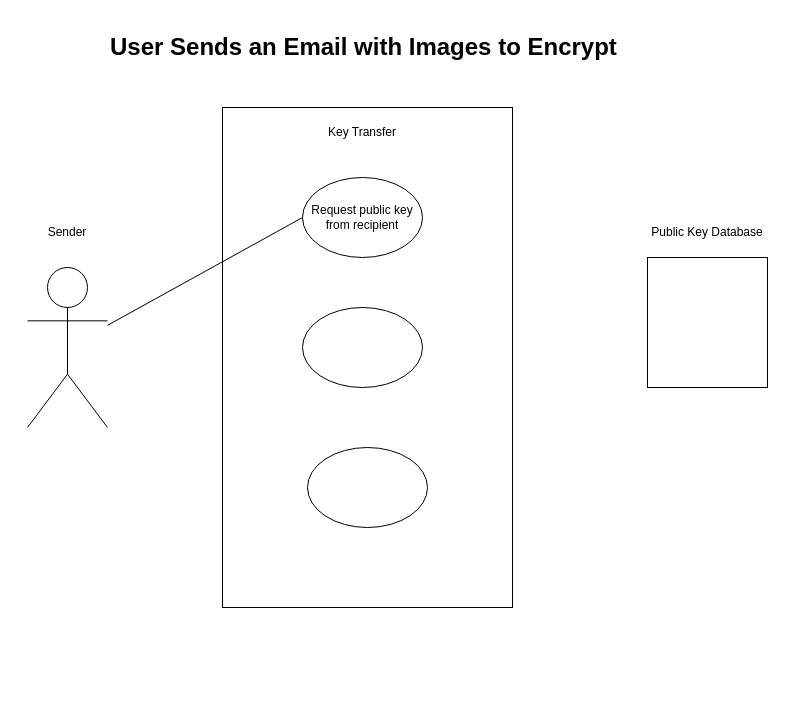
Earlier version of the draw.io diagram cs3354 a2 use case - email with images.drawio (dnguyen1648/software-engineering-proj). Source tidied: cells renumbered, new cells numbered last; positions are measured from the earlier drawing's top-left corner, leaving out a move shared by most shapes. Both pictures are drawn from the tidied source at 100%, with x=0, y=0 at pixel (27, 27).
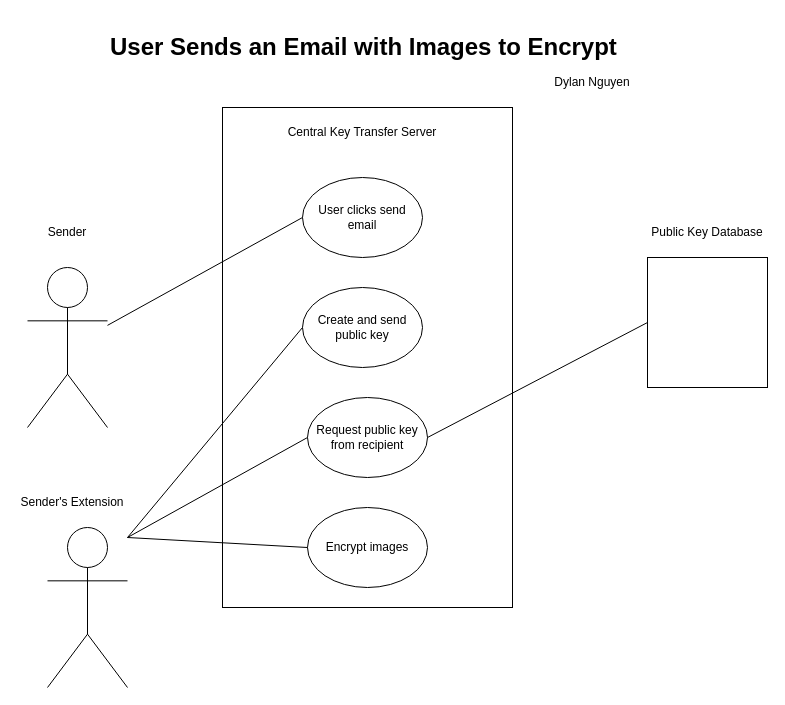
After the change.

Unchanged cells that the change refers to:
```xml
<mxCell id="2" style="shape=umlActor;verticalLabelPosition=bottom;verticalAlign=top;html=1;outlineConnect=0;" parent="1" vertex="1">
  <mxGeometry y="240" width="80" height="160" as="geometry" />
</mxCell>
<mxCell id="8" style="rounded=0;whiteSpace=wrap;html=1;" parent="1" vertex="1">
  <mxGeometry x="620" y="230" width="120" height="130" as="geometry" />
</mxCell>
```

Change to the diagram source:
```diff
@@
     <mxCell id="4" value="Request public key from recipient" style="ellipse;whiteSpace=wrap;html=1;" parent="1" vertex="1">
-      <mxGeometry x="275" y="150" width="120" height="80" as="geometry" />
+      <mxGeometry x="280" y="370" width="120" height="80" as="geometry" />
     </mxCell>
-    <mxCell id="5" style="ellipse;whiteSpace=wrap;html=1;" parent="1" vertex="1">
-      <mxGeometry x="275" y="280" width="120" height="80" as="geometry" />
+    <mxCell id="5" value="User clicks send email" style="ellipse;whiteSpace=wrap;html=1;" parent="1" vertex="1">
+      <mxGeometry x="275" y="150" width="120" height="80" as="geometry" />
     </mxCell>
-    <mxCell id="6" style="ellipse;whiteSpace=wrap;html=1;" parent="1" vertex="1">
-      <mxGeometry x="280" y="420" width="120" height="80" as="geometry" />
+    <mxCell id="6" value="Encrypt images" style="ellipse;whiteSpace=wrap;html=1;" parent="1" vertex="1">
+      <mxGeometry x="280" y="480" width="120" height="80" as="geometry" />
     </mxCell>
-    <mxCell id="7" value="Key Transfer" style="text;html=1;strokeColor=none;fillColor=none;align=center;verticalAlign=middle;whiteSpace=wrap;rounded=0;" parent="1" vertex="1">
+    <mxCell id="7" value="Central Key Transfer Server" style="text;html=1;strokeColor=none;fillColor=none;align=center;verticalAlign=middle;whiteSpace=wrap;rounded=0;" parent="1" vertex="1">
       <mxGeometry x="240" y="90" width="190" height="30" as="geometry" />
     </mxCell>
@@
-    <mxCell id="12" style="endArrow=none;html=1;rounded=0;entryX=0;entryY=0.5;entryDx=0;entryDy=0;" parent="1" edge="1" source="2" target="4">
+    <mxCell id="12" style="endArrow=none;html=1;rounded=0;entryX=0;entryY=0.5;entryDx=0;entryDy=0;" parent="1" edge="1" source="2" target="5">
       <mxGeometry relative="1" as="geometry" />
     </mxCell>
+    <mxCell id="13" style="endArrow=none;html=1;rounded=0;entryX=1;entryY=0.5;entryDx=0;entryDy=0;exitX=0;exitY=0.5;exitDx=0;exitDy=0;" parent="1" edge="1" source="8" target="4">
+      <mxGeometry relative="1" as="geometry" />
+    </mxCell>
+    <mxCell id="14" value="Create and send public key" style="ellipse;whiteSpace=wrap;html=1;" parent="1" vertex="1">
+      <mxGeometry x="275" y="260" width="120" height="80" as="geometry" />
+    </mxCell>
+    <mxCell id="15" style="endArrow=none;html=1;rounded=0;entryX=0;entryY=0.5;entryDx=0;entryDy=0;" parent="1" edge="1" target="14">
+      <mxGeometry relative="1" as="geometry">
+        <mxPoint x="100" y="510" as="sourcePoint" />
+      </mxGeometry>
+    </mxCell>
+    <mxCell id="16" style="shape=umlActor;verticalLabelPosition=bottom;verticalAlign=top;html=1;" parent="1" vertex="1">
+      <mxGeometry x="20" y="500" width="80" height="160" as="geometry" />
+    </mxCell>
+    <mxCell id="17" value="Sender's Extension" style="text;html=1;strokeColor=none;fillColor=none;align=center;verticalAlign=middle;whiteSpace=wrap;rounded=0;" parent="1" vertex="1">
+      <mxGeometry x="-10" y="460" width="110" height="30" as="geometry" />
+    </mxCell>
+    <mxCell id="18" style="endArrow=none;html=1;rounded=0;entryX=0;entryY=0.5;entryDx=0;entryDy=0;" parent="1" edge="1" target="4">
+      <mxGeometry relative="1" as="geometry">
+        <mxPoint x="100" y="510" as="sourcePoint" />
+      </mxGeometry>
+    </mxCell>
+    <mxCell id="19" style="endArrow=none;html=1;rounded=0;entryX=0;entryY=0.5;entryDx=0;entryDy=0;" parent="1" edge="1" target="6">
+      <mxGeometry relative="1" as="geometry">
+        <mxPoint x="100" y="510" as="sourcePoint" />
+      </mxGeometry>
+    </mxCell>
+    <mxCell id="20" value="Dylan Nguyen" style="text;html=1;strokeColor=none;fillColor=none;align=center;verticalAlign=middle;whiteSpace=wrap;rounded=0;" parent="1" vertex="1">
+      <mxGeometry x="510" y="40" width="110" height="30" as="geometry" />
+    </mxCell>
```
